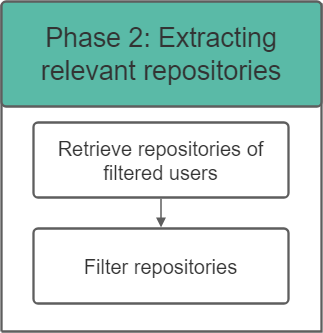
Above: paper/phase_2.png in UtrechtUniversity/SWORDS-template (draw.io), before the change. Source tidied: cells renumbered, new cells last; positions are measured from the earlier drawing's top-left corner, leaving out a move shared by most shapes. The source it was exported from:
```xml
<mxGraphModel>
  <root>
    <mxCell id="0" />
    <mxCell id="1" parent="0" />
    <mxCell id="2" value="Retrieve repositories of filtered users" style="html=1;overflow=block;blockSpacing=1;whiteSpace=wrap;fontSize=20;fontColor=#333333;spacing=9;strokeColor=#5e5e5e;strokeOpacity=100;rounded=1;absoluteArcSize=1;arcSize=9;strokeWidth=2.3;" parent="1" vertex="1">
      <mxGeometry x="32" y="121" width="255" height="75" as="geometry" />
    </mxCell>
    <mxCell id="3" value="Filter repositories" style="html=1;overflow=block;blockSpacing=1;whiteSpace=wrap;fontSize=20;fontColor=#333333;spacing=9;strokeColor=#5e5e5e;strokeOpacity=100;rounded=1;absoluteArcSize=1;arcSize=9;strokeWidth=2.3;" parent="1" vertex="1">
      <mxGeometry x="32" y="227" width="255" height="75" as="geometry" />
    </mxCell>
    <mxCell id="4" style="html=1;jettySize=18;whiteSpace=wrap;overflow=block;blockSpacing=1;fontSize=13;strokeColor=#5E5E5E;strokeWidth=1.5;rounded=1;arcSize=12;edgeStyle=orthogonalEdgeStyle;startArrow=none;endArrow=block;endFill=1;exitX=0.5;exitY=1.015;exitPerimeter=0;entryX=0.5;entryY=-0.015;entryPerimeter=0;" parent="1" edge="1" source="2" target="3">
      <mxGeometry relative="1" as="geometry" />
    </mxCell>
    <mxCell id="5" value="&lt;div style=&quot;display: flex; justify-content: center; text-align: center; align-items: baseline; font-size: 0; line-height: 1.25;margin-top: -2px;&quot;&gt;&lt;span&gt;&lt;br&gt;&lt;/span&gt;&lt;/div&gt;" style="swimlane;html=1;whiteSpace=wrap;fontStyle=0;startSize=0;rounded=0;horizontal=0;overflow=block;blockSpacing=1;spacing=0;strokeColor=#5e5e5e;strokeOpacity=100;fillOpacity=100;fillColor=#99d5ca;strokeWidth=2.3;fontSize=13;flipV=0;flipH=0;" parent="1" vertex="1">
      <mxGeometry y="3" width="320" height="327" as="geometry" />
    </mxCell>
    <mxCell id="6" value="Phase 2:&amp;nbsp;Extracting relevant repositories" style="html=1;overflow=block;blockSpacing=1;whiteSpace=wrap;fontSize=26.7;fontColor=#333333;spacing=3.8;strokeColor=#5e5e5e;strokeOpacity=100;fillOpacity=100;rounded=1;absoluteArcSize=1;arcSize=9;fillColor=#5abaa7;strokeWidth=2.3;flipV=0;flipH=0;" parent="1" vertex="1">
      <mxGeometry width="320" height="105" as="geometry" />
    </mxCell>
  </root>
</mxGraphModel>
```
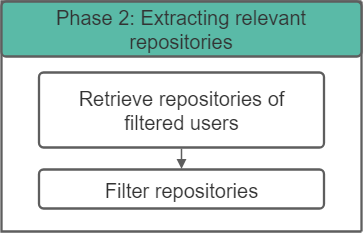
The same diagram one commit later.

Commit message:
Update other graphics as well

Change to the diagram source:
```diff
@@ -2,20 +2,20 @@
   <root>
     <mxCell id="0" />
     <mxCell id="1" parent="0" />
-    <mxCell id="2" value="Retrieve repositories of filtered users" style="html=1;overflow=block;blockSpacing=1;whiteSpace=wrap;fontSize=20;fontColor=#333333;spacing=9;strokeColor=#5e5e5e;strokeOpacity=100;rounded=1;absoluteArcSize=1;arcSize=9;strokeWidth=2.3;" parent="1" vertex="1">
-      <mxGeometry x="32" y="121" width="255" height="75" as="geometry" />
+    <mxCell id="2" value="Retrieve repositories of filtered users" style="html=1;overflow=block;blockSpacing=1;whiteSpace=wrap;fontSize=20;fontColor=#333333;spacing=9;strokeColor=#5e5e5e;strokeOpacity=100;rounded=1;absoluteArcSize=1;arcSize=9;strokeWidth=2.3;flipH=1;" parent="1" vertex="1">
+      <mxGeometry x="-362.5" y="121" width="285" height="75" as="geometry" />
     </mxCell>
-    <mxCell id="3" value="Filter repositories" style="html=1;overflow=block;blockSpacing=1;whiteSpace=wrap;fontSize=20;fontColor=#333333;spacing=9;strokeColor=#5e5e5e;strokeOpacity=100;rounded=1;absoluteArcSize=1;arcSize=9;strokeWidth=2.3;" parent="1" vertex="1">
-      <mxGeometry x="32" y="227" width="255" height="75" as="geometry" />
+    <mxCell id="3" value="Filter repositories" style="html=1;overflow=block;blockSpacing=1;whiteSpace=wrap;fontSize=20;fontColor=#333333;spacing=9;strokeColor=#5e5e5e;strokeOpacity=100;rounded=1;absoluteArcSize=1;arcSize=9;strokeWidth=2.3;flipH=1;" parent="1" vertex="1">
+      <mxGeometry x="-362.5" y="218" width="285" height="39" as="geometry" />
     </mxCell>
     <mxCell id="4" style="html=1;jettySize=18;whiteSpace=wrap;overflow=block;blockSpacing=1;fontSize=13;strokeColor=#5E5E5E;strokeWidth=1.5;rounded=1;arcSize=12;edgeStyle=orthogonalEdgeStyle;startArrow=none;endArrow=block;endFill=1;exitX=0.5;exitY=1.015;exitPerimeter=0;entryX=0.5;entryY=-0.015;entryPerimeter=0;" parent="1" edge="1" source="2" target="3">
       <mxGeometry relative="1" as="geometry" />
     </mxCell>
-    <mxCell id="5" value="&lt;div style=&quot;display: flex; justify-content: center; text-align: center; align-items: baseline; font-size: 0; line-height: 1.25;margin-top: -2px;&quot;&gt;&lt;span&gt;&lt;br&gt;&lt;/span&gt;&lt;/div&gt;" style="swimlane;html=1;whiteSpace=wrap;fontStyle=0;startSize=0;rounded=0;horizontal=0;overflow=block;blockSpacing=1;spacing=0;strokeColor=#5e5e5e;strokeOpacity=100;fillOpacity=100;fillColor=#99d5ca;strokeWidth=2.3;fontSize=13;flipV=0;flipH=0;" parent="1" vertex="1">
-      <mxGeometry y="3" width="320" height="327" as="geometry" />
-    </mxCell>
+    <mxCell id="7" value="&lt;div style=&quot;display: flex; justify-content: center; text-align: center; align-items: baseline; font-size: 0; line-height: 1.25;margin-top: -2px;&quot;&gt;&lt;span&gt;&lt;br&gt;&lt;/span&gt;&lt;/div&gt;" style="swimlane;html=1;whiteSpace=wrap;fontStyle=0;startSize=0;rounded=0;horizontal=0;overflow=block;blockSpacing=1;spacing=0;strokeColor=#5e5e5e;strokeOpacity=100;fillOpacity=100;fillColor=#99d5ca;strokeWidth=2.3;fontSize=13;flipV=0;flipH=1;" parent="1" vertex="1">
+      <mxGeometry x="-400" y="50" width="360" height="230" as="geometry" />
+    </mxCell>
-    <mxCell id="6" value="Phase 2:&amp;nbsp;Extracting relevant repositories" style="html=1;overflow=block;blockSpacing=1;whiteSpace=wrap;fontSize=26.7;fontColor=#333333;spacing=3.8;strokeColor=#5e5e5e;strokeOpacity=100;fillOpacity=100;rounded=1;absoluteArcSize=1;arcSize=9;fillColor=#5abaa7;strokeWidth=2.3;flipV=0;flipH=0;" parent="1" vertex="1">
-      <mxGeometry width="320" height="105" as="geometry" />
+    <mxCell id="6" value="Phase 2:&amp;nbsp;Extracting relevant repositories" style="html=1;overflow=block;blockSpacing=1;whiteSpace=wrap;fontSize=20;fontColor=#333333;spacing=3.8;strokeColor=#5e5e5e;strokeOpacity=100;fillOpacity=100;rounded=1;absoluteArcSize=1;arcSize=9;fillColor=#5abaa7;strokeWidth=2.3;flipV=0;flipH=0;" parent="1" vertex="1">
+      <mxGeometry x="-400" y="50" width="360" height="55" as="geometry" />
     </mxCell>
   </root>
 </mxGraphModel>
```
